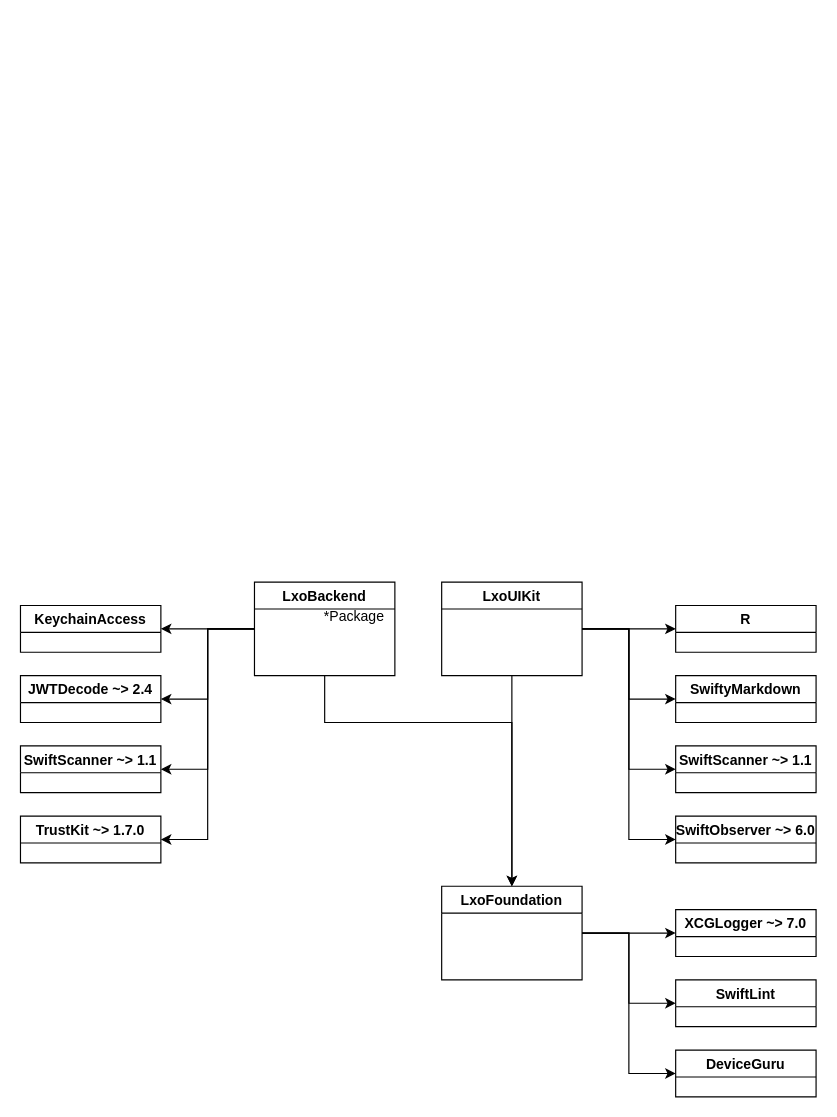
marcoboerner/marcoboerner keeps this draw.io diagram as Haufe_Framework_Dependencies.drawio. Above is the earlier version. Source tidied: cells renumbered, new cells numbered last; positions are measured from the earlier drawing's top-left corner, leaving out a move shared by most shapes. Both pictures are drawn from the tidied source at 117%, with x=0, y=0 at pixel (20, 581).
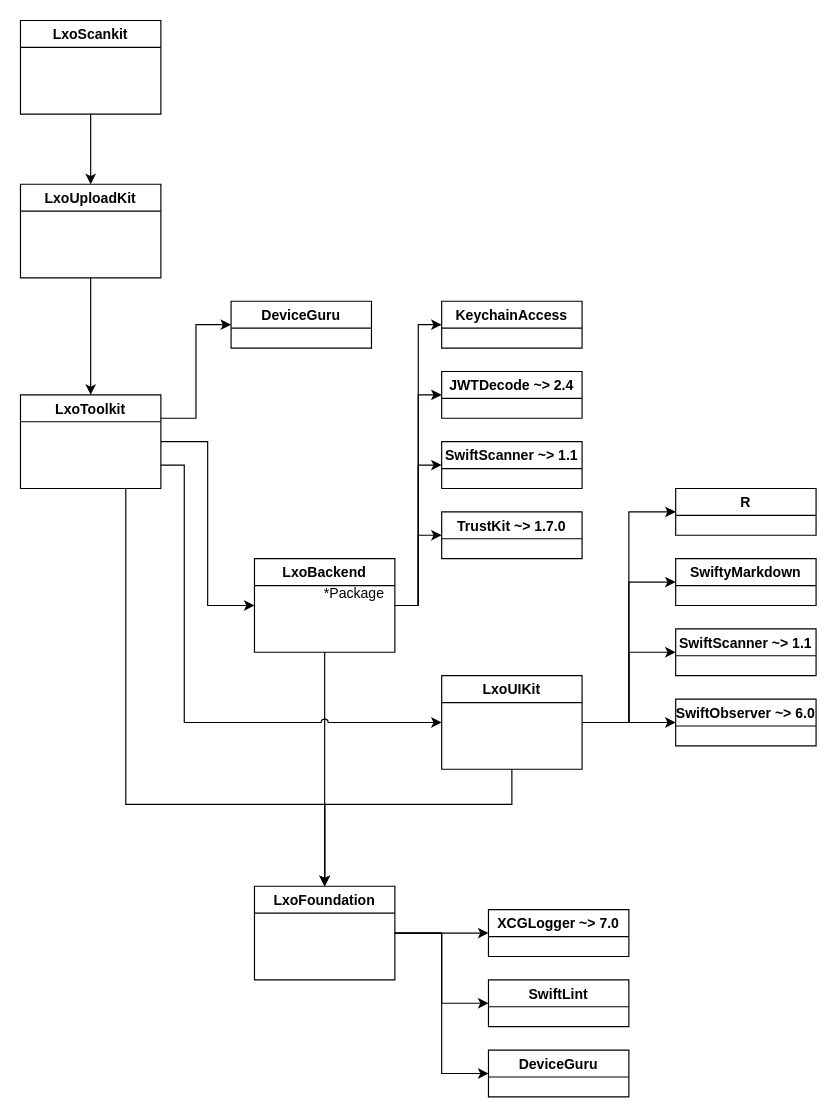
After the change.

What changed in the source:
```diff
@@
     <mxCell id="5" value="LxoFoundation" style="swimlane;" parent="1" vertex="1">
-      <mxGeometry x="360" y="260" width="120" height="80" as="geometry" />
+      <mxGeometry x="200" y="260" width="120" height="80" as="geometry" />
     </mxCell>
     <mxCell id="6" value="XCGLogger ~&gt; 7.0" style="swimlane;" parent="1" vertex="1">
-      <mxGeometry x="560" y="280" width="120" height="40" as="geometry" />
+      <mxGeometry x="400" y="280" width="120" height="40" as="geometry" />
     </mxCell>
     <mxCell id="7" value="SwiftLint" style="swimlane;" parent="1" vertex="1">
-      <mxGeometry x="560" y="340" width="120" height="40" as="geometry" />
+      <mxGeometry x="400" y="340" width="120" height="40" as="geometry" />
     </mxCell>
     <mxCell id="8" value="DeviceGuru" style="swimlane;" parent="1" vertex="1">
-      <mxGeometry x="560" y="400" width="120" height="40" as="geometry" />
+      <mxGeometry x="400" y="400" width="120" height="40" as="geometry" />
     </mxCell>
     <mxCell id="9" style="edgeStyle=orthogonalEdgeStyle;rounded=0;jettySize=auto;html=1;entryX=0.5;entryY=0;entryDx=0;entryDy=0;" parent="1" edge="1" source="14" target="5">
-      <mxGeometry relative="1" as="geometry" />
+      <mxGeometry relative="1" as="geometry">
+        <Array as="points">
+          <mxPoint x="420" y="190" />
+          <mxPoint x="260" y="190" />
+        </Array>
+      </mxGeometry>
     </mxCell>
@@
     <mxCell id="14" value="LxoUIKit" style="swimlane;" parent="1" vertex="1">
-      <mxGeometry x="360" width="120" height="80" as="geometry" />
+      <mxGeometry x="360" y="80" width="120" height="80" as="geometry" />
     </mxCell>
     <mxCell id="15" value="SwiftScanner ~&gt; 1.1" style="swimlane;" parent="1" vertex="1">
-      <mxGeometry x="560" y="140" width="120" height="40" as="geometry" />
+      <mxGeometry x="560" y="40" width="120" height="40" as="geometry" />
     </mxCell>
     <mxCell id="16" value="SwiftyMarkdown" style="swimlane;" parent="1" vertex="1">
-      <mxGeometry x="560" y="80" width="120" height="40" as="geometry" />
+      <mxGeometry x="560" y="-20" width="120" height="40" as="geometry" />
     </mxCell>
     <mxCell id="17" value="R" style="swimlane;" parent="1" vertex="1">
-      <mxGeometry x="560" y="20" width="120" height="40" as="geometry" />
+      <mxGeometry x="560" y="-80" width="120" height="40" as="geometry" />
     </mxCell>
     <mxCell id="18" value="SwiftObserver ~&gt; 6.0" style="swimlane;" parent="1" vertex="1">
-      <mxGeometry x="560" y="200" width="120" height="40" as="geometry" />
+      <mxGeometry x="560" y="100" width="120" height="40" as="geometry" />
     </mxCell>
     <mxCell id="19" style="edgeStyle=orthogonalEdgeStyle;rounded=0;jettySize=auto;html=1;entryX=0.5;entryY=0;entryDx=0;entryDy=0;" parent="1" edge="1" source="24" target="5">
       <mxGeometry relative="1" as="geometry">
         <Array as="points">
-          <mxPoint x="260" y="120" />
-          <mxPoint x="420" y="120" />
+          <mxPoint x="260" y="200" />
+          <mxPoint x="260" y="200" />
         </Array>
       </mxGeometry>
     </mxCell>
+    <mxCell id="23" style="edgeStyle=orthogonalEdgeStyle;rounded=0;jettySize=auto;html=1;entryX=0;entryY=0.5;entryDx=0;entryDy=0;" parent="1" edge="1" source="24" target="28">
+      <mxGeometry relative="1" as="geometry" />
+    </mxCell>
+    <mxCell id="22" style="edgeStyle=orthogonalEdgeStyle;rounded=0;jettySize=auto;html=1;entryX=0;entryY=0.5;entryDx=0;entryDy=0;" parent="1" edge="1" source="24" target="27">
+      <mxGeometry relative="1" as="geometry" />
+    </mxCell>
+    <mxCell id="21" style="edgeStyle=orthogonalEdgeStyle;rounded=0;jettySize=auto;html=1;entryX=0;entryY=0.5;entryDx=0;entryDy=0;" parent="1" edge="1" source="24" target="26">
+      <mxGeometry relative="1" as="geometry" />
+    </mxCell>
-    <mxCell id="20" style="edgeStyle=orthogonalEdgeStyle;rounded=0;jettySize=auto;html=1;entryX=1;entryY=0.5;entryDx=0;entryDy=0;" parent="1" edge="1" source="24" target="29">
+    <mxCell id="20" style="edgeStyle=orthogonalEdgeStyle;rounded=0;jettySize=auto;html=1;entryX=0;entryY=0.5;entryDx=0;entryDy=0;" parent="1" edge="1" source="24" target="29">
       <mxGeometry relative="1" as="geometry" />
     </mxCell>
-    <mxCell id="21" style="edgeStyle=orthogonalEdgeStyle;rounded=0;jettySize=auto;html=1;entryX=1;entryY=0.5;entryDx=0;entryDy=0;" parent="1" edge="1" source="24" target="26">
-      <mxGeometry relative="1" as="geometry" />
-    </mxCell>
-    <mxCell id="22" style="edgeStyle=orthogonalEdgeStyle;rounded=0;jettySize=auto;html=1;entryX=1;entryY=0.5;entryDx=0;entryDy=0;" parent="1" edge="1" source="24" target="27">
-      <mxGeometry relative="1" as="geometry" />
-    </mxCell>
-    <mxCell id="23" style="edgeStyle=orthogonalEdgeStyle;rounded=0;jettySize=auto;html=1;entryX=1;entryY=0.5;entryDx=0;entryDy=0;" parent="1" edge="1" source="24" target="28">
-      <mxGeometry relative="1" as="geometry" />
-    </mxCell>
     <mxCell id="24" value="LxoBackend" style="swimlane;" parent="1" vertex="1">
-      <mxGeometry x="200" width="120" height="80" as="geometry" />
+      <mxGeometry x="200" y="-20" width="120" height="80" as="geometry" />
     </mxCell>
@@
     <mxCell id="26" value="SwiftScanner ~&gt; 1.1" style="swimlane;" parent="1" vertex="1">
-      <mxGeometry y="140" width="120" height="40" as="geometry" />
+      <mxGeometry x="360" y="-120" width="120" height="40" as="geometry" />
     </mxCell>
     <mxCell id="27" value="JWTDecode ~&gt; 2.4" style="swimlane;" parent="1" vertex="1">
-      <mxGeometry y="80" width="120" height="40" as="geometry" />
+      <mxGeometry x="360" y="-180" width="120" height="40" as="geometry" />
     </mxCell>
     <mxCell id="28" value="KeychainAccess" style="swimlane;" parent="1" vertex="1">
-      <mxGeometry y="20" width="120" height="40" as="geometry" />
+      <mxGeometry x="360" y="-240" width="120" height="40" as="geometry" />
     </mxCell>
     <mxCell id="29" value="TrustKit ~&gt; 1.7.0" style="swimlane;" parent="1" vertex="1">
-      <mxGeometry y="200" width="120" height="40" as="geometry" />
+      <mxGeometry x="360" y="-60" width="120" height="40" as="geometry" />
     </mxCell>
+    <mxCell id="30" style="edgeStyle=orthogonalEdgeStyle;rounded=0;jettySize=auto;html=1;entryX=0;entryY=0.5;entryDx=0;entryDy=0;" parent="1" edge="1" source="34" target="24">
+      <mxGeometry relative="1" as="geometry" />
+    </mxCell>
+    <mxCell id="31" style="edgeStyle=orthogonalEdgeStyle;rounded=0;jettySize=auto;html=1;entryX=0.5;entryY=0;entryDx=0;entryDy=0;" parent="1" edge="1" source="34" target="5">
+      <mxGeometry relative="1" as="geometry">
+        <Array as="points">
+          <mxPoint x="90" y="190" />
+          <mxPoint x="260" y="190" />
+        </Array>
+      </mxGeometry>
+    </mxCell>
+    <mxCell id="32" style="edgeStyle=orthogonalEdgeStyle;rounded=0;jettySize=auto;html=1;entryX=0;entryY=0.5;entryDx=0;entryDy=0;jumpStyle=arc;" parent="1" edge="1" source="34" target="14">
+      <mxGeometry relative="1" as="geometry">
+        <Array as="points">
+          <mxPoint x="140" y="-100" />
+          <mxPoint x="140" y="120" />
+        </Array>
+      </mxGeometry>
+    </mxCell>
+    <mxCell id="33" style="edgeStyle=orthogonalEdgeStyle;rounded=0;jumpStyle=arc;jettySize=auto;html=1;entryX=0;entryY=0.5;entryDx=0;entryDy=0;" parent="1" edge="1" source="34" target="35">
+      <mxGeometry relative="1" as="geometry">
+        <Array as="points">
+          <mxPoint x="150" y="-140" />
+          <mxPoint x="150" y="-220" />
+        </Array>
+      </mxGeometry>
+    </mxCell>
+    <mxCell id="34" value="LxoToolkit" style="swimlane;" parent="1" vertex="1">
+      <mxGeometry y="-160" width="120" height="80" as="geometry" />
+    </mxCell>
+    <mxCell id="35" value="DeviceGuru" style="swimlane;" parent="1" vertex="1">
+      <mxGeometry x="180" y="-240" width="120" height="40" as="geometry" />
+    </mxCell>
+    <mxCell id="36" style="edgeStyle=orthogonalEdgeStyle;rounded=0;jumpStyle=arc;jettySize=auto;html=1;entryX=0.5;entryY=0;entryDx=0;entryDy=0;" parent="1" edge="1" source="37" target="34">
+      <mxGeometry relative="1" as="geometry" />
+    </mxCell>
+    <mxCell id="37" value="LxoUploadKit" style="swimlane;" parent="1" vertex="1">
+      <mxGeometry y="-340" width="120" height="80" as="geometry" />
+    </mxCell>
+    <mxCell id="38" style="edgeStyle=orthogonalEdgeStyle;rounded=0;jumpStyle=arc;jettySize=auto;html=1;entryX=0.5;entryY=0;entryDx=0;entryDy=0;" parent="1" edge="1" source="39" target="37">
+      <mxGeometry relative="1" as="geometry" />
+    </mxCell>
+    <mxCell id="39" value="LxoScankit" style="swimlane;" parent="1" vertex="1">
+      <mxGeometry y="-480" width="120" height="80" as="geometry" />
+    </mxCell>
```
